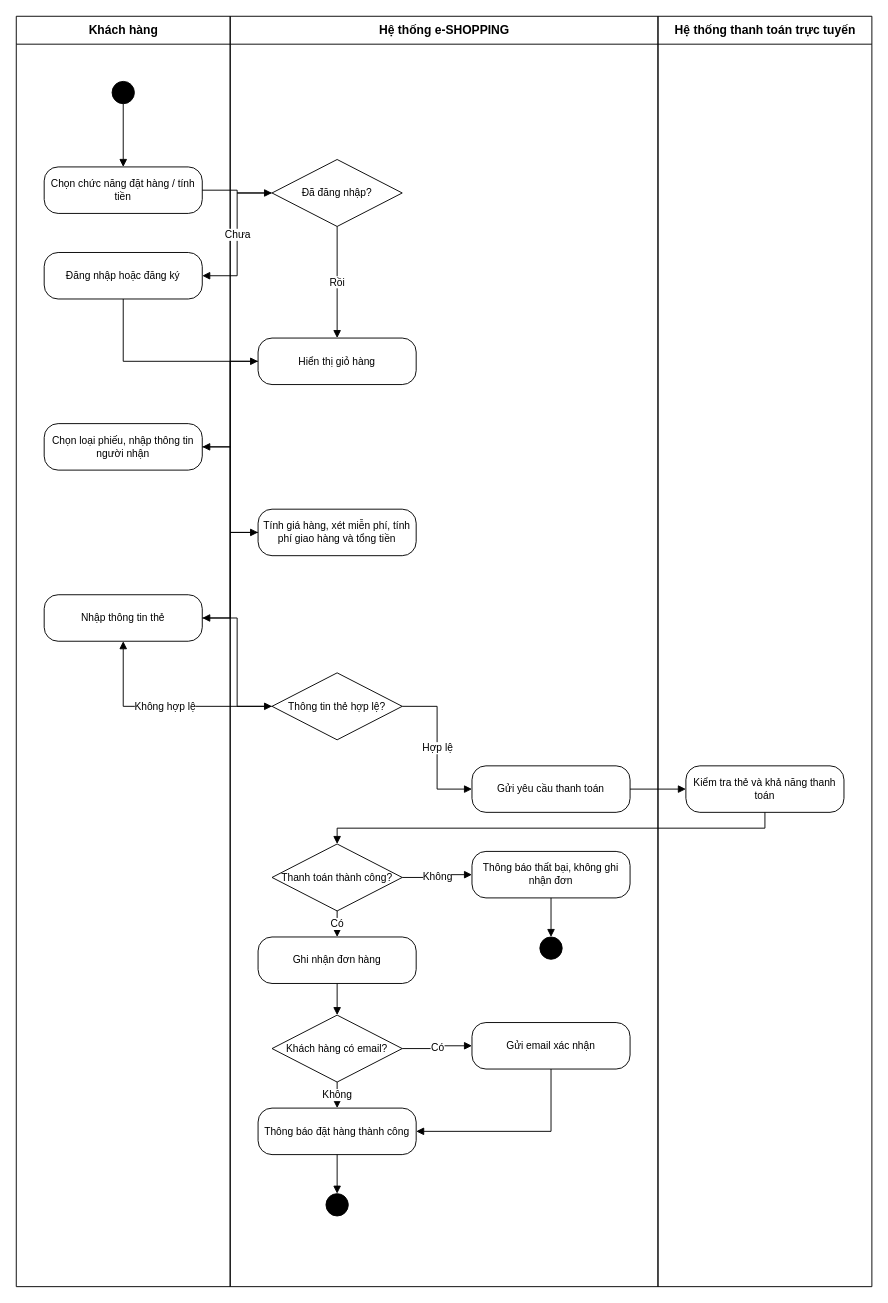
Earlier version of the draw.io diagram page "Activity - Đặt hàng và thanh toán" (4 of 6) of IMAGES/LAB4/LAB4_UML.drawio (TranThienNhan8279/LAB_OOSD). Source tidied: cells renumbered, new cells numbered last; positions are measured from the earlier drawing's top-left corner, leaving out a move shared by most shapes. Both pictures are drawn from the tidied source at 93%, with x=0, y=0 at pixel (16, 16).
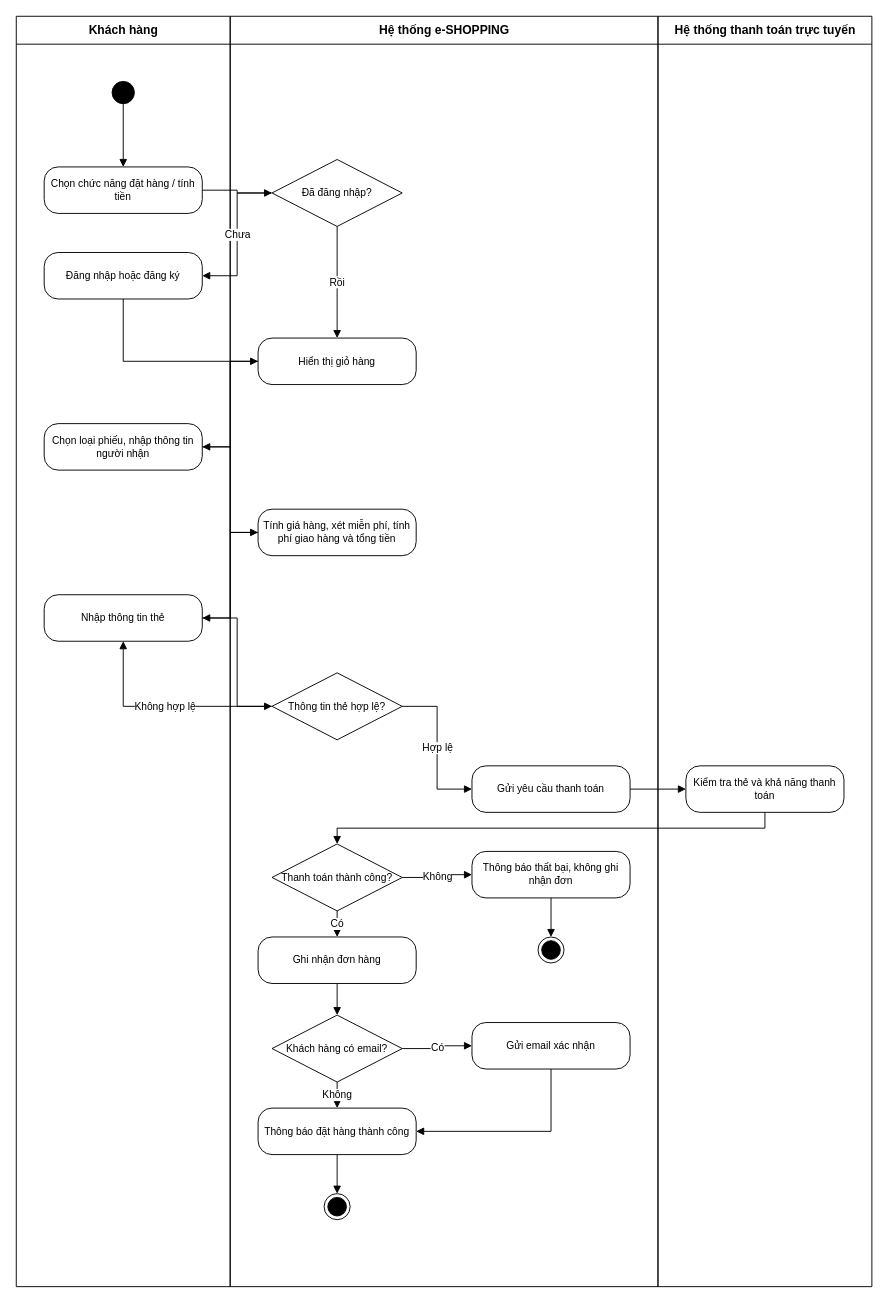
After the change.

Change to the diagram source:
```diff
@@
-    <mxCell id="18" style="ellipse;html=1;fillColor=#000000;strokeColor=#000000;" parent="1" vertex="1">
-      <mxGeometry x="563" y="990" width="24" height="24" as="geometry" />
+    <mxCell id="18" style="ellipse;shape=endState;html=1;fillColor=#000000;strokeColor=#000000;" parent="1" vertex="1">
+      <mxGeometry x="561" y="990" width="28" height="28" as="geometry" />
     </mxCell>
@@
-    <mxCell id="23" style="ellipse;html=1;fillColor=#000000;strokeColor=#000000;" parent="1" vertex="1">
-      <mxGeometry x="333" y="1266" width="24" height="24" as="geometry" />
+    <mxCell id="23" style="ellipse;shape=endState;html=1;fillColor=#000000;strokeColor=#000000;" parent="1" vertex="1">
+      <mxGeometry x="331" y="1266" width="28" height="28" as="geometry" />
     </mxCell>
```
